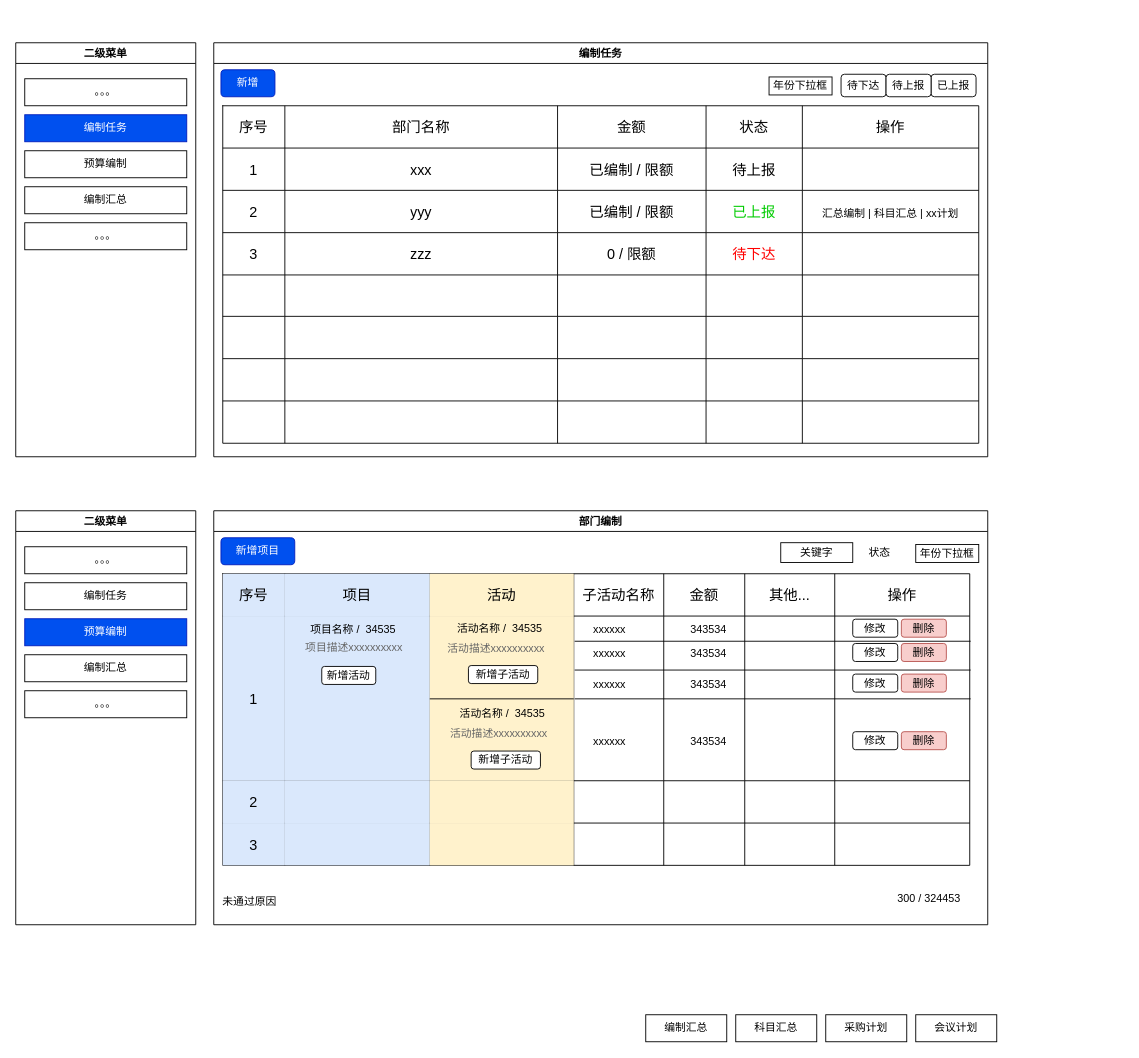
Earlier version of the draw.io diagram 编制财务.drawio (bxjg1987/abpGeneralModules). Source tidied: cells renumbered, new cells numbered last; positions are measured from the earlier drawing's top-left corner, leaving out a move shared by most shapes. Both pictures are drawn from the tidied source at 90%, with x=0, y=0 at pixel (15, 42).
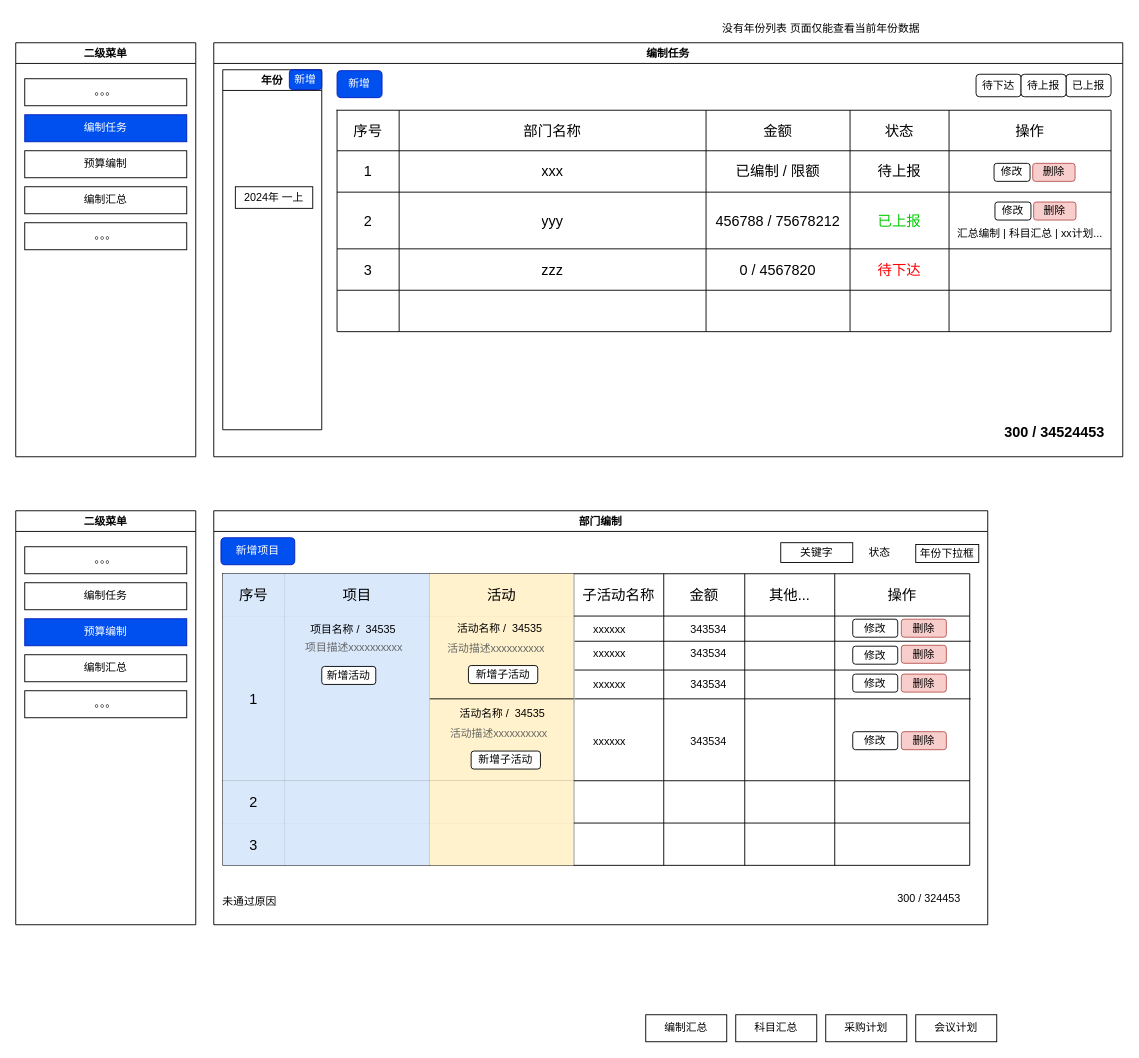
After the change.

Commit message (it also covers changes not shown here):
更新编制财务.drawio

The edit, as a diff of the source:
```diff
@@
     <mxCell id="2" value="编制任务" style="swimlane;whiteSpace=wrap;html=1;" parent="1" vertex="1">
-      <mxGeometry x="220" width="860" height="460" as="geometry" />
+      <mxGeometry x="220" width="1010" height="460" as="geometry" />
     </mxCell>
     <mxCell id="3" value="新增" style="rounded=1;whiteSpace=wrap;html=1;fillColor=#0050ef;fontColor=#ffffff;strokeColor=#001DBC;" parent="2" vertex="1">
-      <mxGeometry x="8" y="30" width="60" height="30" as="geometry" />
+      <mxGeometry x="137" y="31" width="50" height="30" as="geometry" />
     </mxCell>
     <mxCell id="4" value="待下达" style="rounded=1;whiteSpace=wrap;html=1;" parent="2" vertex="1">
-      <mxGeometry x="697" y="35" width="50" height="25" as="geometry" />
+      <mxGeometry x="847" y="35" width="50" height="25" as="geometry" />
     </mxCell>
     <mxCell id="5" value="已上报" style="rounded=1;whiteSpace=wrap;html=1;" parent="2" vertex="1">
-      <mxGeometry x="797" y="35" width="50" height="25" as="geometry" />
+      <mxGeometry x="947" y="35" width="50" height="25" as="geometry" />
     </mxCell>
     <mxCell id="6" style="shape=table;startSize=0;childLayout=tableLayout;fontSize=16;" parent="2" vertex="1">
-      <mxGeometry x="10" y="70" width="840" height="375" as="geometry" />
+      <mxGeometry x="137" y="75" width="860" height="246" as="geometry" />
     </mxCell>
     <mxCell id="7" style="shape=tableRow;horizontal=0;startSize=0;swimlaneHead=0;swimlaneBody=0;strokeColor=inherit;top=0;left=0;bottom=0;right=0;fillColor=none;fontSize=16;" parent="6" vertex="1">
-      <mxGeometry width="840" height="47" as="geometry" />
+      <mxGeometry width="860" height="45" as="geometry" />
     </mxCell>
     <mxCell id="8" value="序号" style="shape=partialRectangle;html=1;whiteSpace=wrap;strokeColor=inherit;overflow=hidden;fillColor=none;top=0;left=0;bottom=0;right=0;fontSize=16;" parent="7" vertex="1">
-      <mxGeometry width="69" height="47" as="geometry" />
+      <mxGeometry width="69" height="45" as="geometry" />
     </mxCell>
     <mxCell id="9" value="部门名称" style="shape=partialRectangle;html=1;whiteSpace=wrap;strokeColor=inherit;overflow=hidden;fillColor=none;top=0;left=0;bottom=0;right=0;fontSize=16;" parent="7" vertex="1">
-      <mxGeometry x="69" width="303" height="47" as="geometry" />
+      <mxGeometry x="69" width="341" height="45" as="geometry" />
     </mxCell>
     <mxCell id="10" value="金额" style="shape=partialRectangle;html=1;whiteSpace=wrap;strokeColor=inherit;overflow=hidden;fillColor=none;top=0;left=0;bottom=0;right=0;fontSize=16;" parent="7" vertex="1">
-      <mxGeometry x="372" width="165" height="47" as="geometry" />
+      <mxGeometry x="410" width="160" height="45" as="geometry" />
     </mxCell>
     <mxCell id="11" value="状态" style="shape=partialRectangle;html=1;whiteSpace=wrap;strokeColor=inherit;overflow=hidden;fillColor=none;top=0;left=0;bottom=0;right=0;fontSize=16;" parent="7" vertex="1">
-      <mxGeometry x="537" width="107" height="47" as="geometry" />
+      <mxGeometry x="570" width="110" height="45" as="geometry" />
     </mxCell>
     <mxCell id="12" value="操作" style="shape=partialRectangle;html=1;whiteSpace=wrap;strokeColor=inherit;overflow=hidden;fillColor=none;top=0;left=0;bottom=0;right=0;fontSize=16;" parent="7" vertex="1">
-      <mxGeometry x="644" width="196" height="47" as="geometry" />
+      <mxGeometry x="680" width="180" height="45" as="geometry" />
     </mxCell>
     <mxCell id="13" style="shape=tableRow;horizontal=0;startSize=0;swimlaneHead=0;swimlaneBody=0;strokeColor=inherit;top=0;left=0;bottom=0;right=0;fillColor=none;fontSize=16;" parent="6" vertex="1">
-      <mxGeometry y="47" width="840" height="47" as="geometry" />
+      <mxGeometry y="45" width="860" height="46" as="geometry" />
     </mxCell>
     <mxCell id="14" value="1" style="shape=partialRectangle;html=1;whiteSpace=wrap;strokeColor=inherit;overflow=hidden;fillColor=none;top=0;left=0;bottom=0;right=0;fontSize=16;" parent="13" vertex="1">
-      <mxGeometry width="69" height="47" as="geometry" />
+      <mxGeometry width="69" height="46" as="geometry" />
     </mxCell>
     <mxCell id="15" value="xxx" style="shape=partialRectangle;html=1;whiteSpace=wrap;strokeColor=inherit;overflow=hidden;fillColor=none;top=0;left=0;bottom=0;right=0;fontSize=16;" parent="13" vertex="1">
-      <mxGeometry x="69" width="303" height="47" as="geometry" />
+      <mxGeometry x="69" width="341" height="46" as="geometry" />
     </mxCell>
     <mxCell id="16" value="已编制 / 限额" style="shape=partialRectangle;html=1;whiteSpace=wrap;strokeColor=inherit;overflow=hidden;fillColor=none;top=0;left=0;bottom=0;right=0;fontSize=16;" parent="13" vertex="1">
-      <mxGeometry x="372" width="165" height="47" as="geometry" />
+      <mxGeometry x="410" width="160" height="46" as="geometry" />
     </mxCell>
     <mxCell id="17" value="待上报" style="shape=partialRectangle;html=1;whiteSpace=wrap;strokeColor=inherit;overflow=hidden;fillColor=none;top=0;left=0;bottom=0;right=0;fontSize=16;" parent="13" vertex="1">
-      <mxGeometry x="537" width="107" height="47" as="geometry" />
+      <mxGeometry x="570" width="110" height="46" as="geometry" />
     </mxCell>
     <mxCell id="18" style="shape=partialRectangle;html=1;whiteSpace=wrap;strokeColor=inherit;overflow=hidden;fillColor=none;top=0;left=0;bottom=0;right=0;fontSize=12;" parent="13" vertex="1">
-      <mxGeometry x="644" width="196" height="47" as="geometry" />
+      <mxGeometry x="680" width="180" height="46" as="geometry" />
     </mxCell>
     <mxCell id="19" style="shape=tableRow;horizontal=0;startSize=0;swimlaneHead=0;swimlaneBody=0;strokeColor=inherit;top=0;left=0;bottom=0;right=0;fillColor=none;fontSize=16;" parent="6" vertex="1">
-      <mxGeometry y="94" width="840" height="47" as="geometry" />
+      <mxGeometry y="91" width="860" height="63" as="geometry" />
     </mxCell>
     <mxCell id="20" value="2" style="shape=partialRectangle;html=1;whiteSpace=wrap;strokeColor=inherit;overflow=hidden;fillColor=none;top=0;left=0;bottom=0;right=0;fontSize=16;" parent="19" vertex="1">
-      <mxGeometry width="69" height="47" as="geometry" />
+      <mxGeometry width="69" height="63" as="geometry" />
     </mxCell>
     <mxCell id="21" value="yyy" style="shape=partialRectangle;html=1;whiteSpace=wrap;strokeColor=inherit;overflow=hidden;fillColor=none;top=0;left=0;bottom=0;right=0;fontSize=16;" parent="19" vertex="1">
-      <mxGeometry x="69" width="303" height="47" as="geometry" />
+      <mxGeometry x="69" width="341" height="63" as="geometry" />
     </mxCell>
-    <mxCell id="22" value="已编制 / 限额" style="shape=partialRectangle;html=1;whiteSpace=wrap;strokeColor=inherit;overflow=hidden;fillColor=none;top=0;left=0;bottom=0;right=0;fontSize=16;" parent="19" vertex="1">
-      <mxGeometry x="372" width="165" height="47" as="geometry" />
+    <mxCell id="22" value="456788 / 75678212" style="shape=partialRectangle;html=1;whiteSpace=wrap;strokeColor=inherit;overflow=hidden;fillColor=none;top=0;left=0;bottom=0;right=0;fontSize=16;" parent="19" vertex="1">
+      <mxGeometry x="410" width="160" height="63" as="geometry" />
     </mxCell>
     <mxCell id="23" value="&lt;font color=&quot;#00cc00&quot;&gt;已上报&lt;/font&gt;" style="shape=partialRectangle;html=1;whiteSpace=wrap;strokeColor=inherit;overflow=hidden;fillColor=none;top=0;left=0;bottom=0;right=0;fontSize=16;" parent="19" vertex="1">
-      <mxGeometry x="537" width="107" height="47" as="geometry" />
+      <mxGeometry x="570" width="110" height="63" as="geometry" />
     </mxCell>
-    <mxCell id="24" value="&lt;span style=&quot;font-size: 12px;&quot;&gt;汇总编制 | 科目汇总 | xx计划&lt;/span&gt;" style="shape=partialRectangle;html=1;whiteSpace=wrap;strokeColor=inherit;overflow=hidden;fillColor=none;top=0;left=0;bottom=0;right=0;fontSize=16;" parent="19" vertex="1">
-      <mxGeometry x="644" width="196" height="47" as="geometry" />
+    <mxCell id="24" style="shape=partialRectangle;html=1;whiteSpace=wrap;strokeColor=inherit;overflow=hidden;fillColor=none;top=0;left=0;bottom=0;right=0;fontSize=16;align=left;" parent="19" vertex="1">
+      <mxGeometry x="680" width="180" height="63" as="geometry" />
     </mxCell>
     <mxCell id="25" style="shape=tableRow;horizontal=0;startSize=0;swimlaneHead=0;swimlaneBody=0;strokeColor=inherit;top=0;left=0;bottom=0;right=0;fillColor=none;fontSize=16;" parent="6" vertex="1">
-      <mxGeometry y="141" width="840" height="47" as="geometry" />
+      <mxGeometry y="154" width="860" height="46" as="geometry" />
     </mxCell>
     <mxCell id="26" value="3" style="shape=partialRectangle;html=1;whiteSpace=wrap;strokeColor=inherit;overflow=hidden;fillColor=none;top=0;left=0;bottom=0;right=0;fontSize=16;" parent="25" vertex="1">
-      <mxGeometry width="69" height="47" as="geometry" />
+      <mxGeometry width="69" height="46" as="geometry" />
     </mxCell>
     <mxCell id="27" value="zzz" style="shape=partialRectangle;html=1;whiteSpace=wrap;strokeColor=inherit;overflow=hidden;fillColor=none;top=0;left=0;bottom=0;right=0;fontSize=16;" parent="25" vertex="1">
-      <mxGeometry x="69" width="303" height="47" as="geometry" />
+      <mxGeometry x="69" width="341" height="46" as="geometry" />
     </mxCell>
-    <mxCell id="28" value="0 / 限额" style="shape=partialRectangle;html=1;whiteSpace=wrap;strokeColor=inherit;overflow=hidden;fillColor=none;top=0;left=0;bottom=0;right=0;fontSize=16;" parent="25" vertex="1">
-      <mxGeometry x="372" width="165" height="47" as="geometry" />
+    <mxCell id="28" value="0 / 4567820" style="shape=partialRectangle;html=1;whiteSpace=wrap;strokeColor=inherit;overflow=hidden;fillColor=none;top=0;left=0;bottom=0;right=0;fontSize=16;" parent="25" vertex="1">
+      <mxGeometry x="410" width="160" height="46" as="geometry" />
     </mxCell>
     <mxCell id="29" value="&lt;font color=&quot;#ff0000&quot;&gt;待下达&lt;/font&gt;" style="shape=partialRectangle;html=1;whiteSpace=wrap;strokeColor=inherit;overflow=hidden;fillColor=none;top=0;left=0;bottom=0;right=0;fontSize=16;" parent="25" vertex="1">
-      <mxGeometry x="537" width="107" height="47" as="geometry" />
+      <mxGeometry x="570" width="110" height="46" as="geometry" />
     </mxCell>
     <mxCell id="30" style="shape=partialRectangle;html=1;whiteSpace=wrap;strokeColor=inherit;overflow=hidden;fillColor=none;top=0;left=0;bottom=0;right=0;fontSize=16;" parent="25" vertex="1">
-      <mxGeometry x="644" width="196" height="47" as="geometry" />
+      <mxGeometry x="680" width="180" height="46" as="geometry" />
     </mxCell>
-    <mxCell id="31" style="shape=tableRow;horizontal=0;startSize=0;swimlaneHead=0;swimlaneBody=0;strokeColor=inherit;top=0;left=0;bottom=0;right=0;fillColor=none;fontSize=16;" parent="6" vertex="1">
-      <mxGeometry y="188" width="840" height="46" as="geometry" />
-    </mxCell>
-    <mxCell id="32" style="shape=partialRectangle;html=1;whiteSpace=wrap;strokeColor=inherit;overflow=hidden;fillColor=none;top=0;left=0;bottom=0;right=0;fontSize=16;" parent="31" vertex="1">
-      <mxGeometry width="69" height="46" as="geometry" />
-    </mxCell>
-    <mxCell id="33" style="shape=partialRectangle;html=1;whiteSpace=wrap;strokeColor=inherit;overflow=hidden;fillColor=none;top=0;left=0;bottom=0;right=0;fontSize=16;" parent="31" vertex="1">
-      <mxGeometry x="69" width="303" height="46" as="geometry" />
-    </mxCell>
-    <mxCell id="34" style="shape=partialRectangle;html=1;whiteSpace=wrap;strokeColor=inherit;overflow=hidden;fillColor=none;top=0;left=0;bottom=0;right=0;fontSize=16;" parent="31" vertex="1">
-      <mxGeometry x="372" width="165" height="46" as="geometry" />
-    </mxCell>
-    <mxCell id="35" style="shape=partialRectangle;html=1;whiteSpace=wrap;strokeColor=inherit;overflow=hidden;fillColor=none;top=0;left=0;bottom=0;right=0;fontSize=16;" parent="31" vertex="1">
-      <mxGeometry x="537" width="107" height="46" as="geometry" />
-    </mxCell>
-    <mxCell id="36" style="shape=partialRectangle;html=1;whiteSpace=wrap;strokeColor=inherit;overflow=hidden;fillColor=none;top=0;left=0;bottom=0;right=0;fontSize=16;" parent="31" vertex="1">
-      <mxGeometry x="644" width="196" height="46" as="geometry" />
-    </mxCell>
-    <mxCell id="37" style="shape=tableRow;horizontal=0;startSize=0;swimlaneHead=0;swimlaneBody=0;strokeColor=inherit;top=0;left=0;bottom=0;right=0;fillColor=none;fontSize=16;" parent="6" vertex="1">
-      <mxGeometry y="234" width="840" height="47" as="geometry" />
-    </mxCell>
-    <mxCell id="38" style="shape=partialRectangle;html=1;whiteSpace=wrap;strokeColor=inherit;overflow=hidden;fillColor=none;top=0;left=0;bottom=0;right=0;fontSize=16;" parent="37" vertex="1">
-      <mxGeometry width="69" height="47" as="geometry" />
-    </mxCell>
-    <mxCell id="39" style="shape=partialRectangle;html=1;whiteSpace=wrap;strokeColor=inherit;overflow=hidden;fillColor=none;top=0;left=0;bottom=0;right=0;fontSize=16;" parent="37" vertex="1">
-      <mxGeometry x="69" width="303" height="47" as="geometry" />
-    </mxCell>
-    <mxCell id="40" style="shape=partialRectangle;html=1;whiteSpace=wrap;strokeColor=inherit;overflow=hidden;fillColor=none;top=0;left=0;bottom=0;right=0;fontSize=16;" parent="37" vertex="1">
-      <mxGeometry x="372" width="165" height="47" as="geometry" />
-    </mxCell>
-    <mxCell id="41" style="shape=partialRectangle;html=1;whiteSpace=wrap;strokeColor=inherit;overflow=hidden;fillColor=none;top=0;left=0;bottom=0;right=0;fontSize=16;" parent="37" vertex="1">
-      <mxGeometry x="537" width="107" height="47" as="geometry" />
-    </mxCell>
-    <mxCell id="42" style="shape=partialRectangle;html=1;whiteSpace=wrap;strokeColor=inherit;overflow=hidden;fillColor=none;top=0;left=0;bottom=0;right=0;fontSize=16;" parent="37" vertex="1">
-      <mxGeometry x="644" width="196" height="47" as="geometry" />
-    </mxCell>
     <mxCell id="43" style="shape=tableRow;horizontal=0;startSize=0;swimlaneHead=0;swimlaneBody=0;strokeColor=inherit;top=0;left=0;bottom=0;right=0;fillColor=none;fontSize=16;" parent="6" vertex="1">
-      <mxGeometry y="281" width="840" height="47" as="geometry" />
+      <mxGeometry y="200" width="860" height="46" as="geometry" />
     </mxCell>
     <mxCell id="44" style="shape=partialRectangle;html=1;whiteSpace=wrap;strokeColor=inherit;overflow=hidden;fillColor=none;top=0;left=0;bottom=0;right=0;fontSize=16;" parent="43" vertex="1">
-      <mxGeometry width="69" height="47" as="geometry" />
+      <mxGeometry width="69" height="46" as="geometry" />
     </mxCell>
     <mxCell id="45" style="shape=partialRectangle;html=1;whiteSpace=wrap;strokeColor=inherit;overflow=hidden;fillColor=none;top=0;left=0;bottom=0;right=0;fontSize=16;" parent="43" vertex="1">
-      <mxGeometry x="69" width="303" height="47" as="geometry" />
+      <mxGeometry x="69" width="341" height="46" as="geometry" />
     </mxCell>
     <mxCell id="46" style="shape=partialRectangle;html=1;whiteSpace=wrap;strokeColor=inherit;overflow=hidden;fillColor=none;top=0;left=0;bottom=0;right=0;fontSize=16;" parent="43" vertex="1">
-      <mxGeometry x="372" width="165" height="47" as="geometry" />
+      <mxGeometry x="410" width="160" height="46" as="geometry" />
     </mxCell>
     <mxCell id="47" style="shape=partialRectangle;html=1;whiteSpace=wrap;strokeColor=inherit;overflow=hidden;fillColor=none;top=0;left=0;bottom=0;right=0;fontSize=16;" parent="43" vertex="1">
-      <mxGeometry x="537" width="107" height="47" as="geometry" />
+      <mxGeometry x="570" width="110" height="46" as="geometry" />
     </mxCell>
     <mxCell id="48" style="shape=partialRectangle;html=1;whiteSpace=wrap;strokeColor=inherit;overflow=hidden;fillColor=none;top=0;left=0;bottom=0;right=0;fontSize=16;" parent="43" vertex="1">
-      <mxGeometry x="644" width="196" height="47" as="geometry" />
+      <mxGeometry x="680" width="180" height="46" as="geometry" />
     </mxCell>
-    <mxCell id="49" style="shape=tableRow;horizontal=0;startSize=0;swimlaneHead=0;swimlaneBody=0;strokeColor=inherit;top=0;left=0;bottom=0;right=0;fillColor=none;fontSize=16;" parent="6" vertex="1">
-      <mxGeometry y="328" width="840" height="47" as="geometry" />
-    </mxCell>
-    <mxCell id="50" style="shape=partialRectangle;html=1;whiteSpace=wrap;strokeColor=inherit;overflow=hidden;fillColor=none;top=0;left=0;bottom=0;right=0;fontSize=16;" parent="49" vertex="1">
-      <mxGeometry width="69" height="47" as="geometry" />
-    </mxCell>
-    <mxCell id="51" style="shape=partialRectangle;html=1;whiteSpace=wrap;strokeColor=inherit;overflow=hidden;fillColor=none;top=0;left=0;bottom=0;right=0;fontSize=16;" parent="49" vertex="1">
-      <mxGeometry x="69" width="303" height="47" as="geometry" />
-    </mxCell>
-    <mxCell id="52" style="shape=partialRectangle;html=1;whiteSpace=wrap;strokeColor=inherit;overflow=hidden;fillColor=none;top=0;left=0;bottom=0;right=0;fontSize=16;" parent="49" vertex="1">
-      <mxGeometry x="372" width="165" height="47" as="geometry" />
-    </mxCell>
-    <mxCell id="53" style="shape=partialRectangle;html=1;whiteSpace=wrap;strokeColor=inherit;overflow=hidden;fillColor=none;top=0;left=0;bottom=0;right=0;fontSize=16;" parent="49" vertex="1">
-      <mxGeometry x="537" width="107" height="47" as="geometry" />
-    </mxCell>
-    <mxCell id="54" style="shape=partialRectangle;html=1;whiteSpace=wrap;strokeColor=inherit;overflow=hidden;fillColor=none;top=0;left=0;bottom=0;right=0;fontSize=16;" parent="49" vertex="1">
-      <mxGeometry x="644" width="196" height="47" as="geometry" />
-    </mxCell>
-    <mxCell id="55" value="年份下拉框" style="rounded=0;whiteSpace=wrap;html=1;" parent="2" vertex="1">
-      <mxGeometry x="617" y="38" width="70" height="20" as="geometry" />
-    </mxCell>
+    <mxCell id="142" value="修改" style="rounded=1;whiteSpace=wrap;html=1;" parent="2" vertex="1">
+      <mxGeometry x="868" y="177" width="40" height="20" as="geometry" />
+    </mxCell>
+    <mxCell id="143" value="删除" style="rounded=1;whiteSpace=wrap;html=1;fillColor=#f8cecc;strokeColor=#b85450;" parent="2" vertex="1">
+      <mxGeometry x="911" y="177" width="47" height="20" as="geometry" />
+    </mxCell>
+    <mxCell id="144" value="修改" style="rounded=1;whiteSpace=wrap;html=1;" parent="2" vertex="1">
+      <mxGeometry x="867" y="134" width="40" height="20" as="geometry" />
+    </mxCell>
+    <mxCell id="145" value="删除" style="rounded=1;whiteSpace=wrap;html=1;fillColor=#f8cecc;strokeColor=#b85450;" parent="2" vertex="1">
+      <mxGeometry x="910" y="134" width="47" height="20" as="geometry" />
+    </mxCell>
+    <mxCell id="146" value="&lt;span style=&quot;text-align: left;&quot;&gt;汇总编制 | 科目汇总 | xx计划...&lt;/span&gt;" style="text;html=1;align=center;verticalAlign=middle;whiteSpace=wrap;rounded=0;" parent="2" vertex="1">
+      <mxGeometry x="818" y="197" width="178" height="30" as="geometry" />
+    </mxCell>
+    <mxCell id="147" value="300 / 34524453" style="text;html=1;align=right;verticalAlign=middle;whiteSpace=wrap;rounded=0;fontSize=16;fontStyle=1;" parent="2" vertex="1">
+      <mxGeometry x="833" y="418" width="159" height="30" as="geometry" />
+    </mxCell>
+    <mxCell id="148" value="年份" style="swimlane;whiteSpace=wrap;html=1;" parent="2" vertex="1">
+      <mxGeometry x="10" y="30" width="110" height="400" as="geometry" />
+    </mxCell>
+    <mxCell id="149" value="2024年 一上" style="rounded=0;whiteSpace=wrap;html=1;" parent="148" vertex="1">
+      <mxGeometry x="14" y="130" width="86" height="24" as="geometry" />
+    </mxCell>
+    <mxCell id="150" value="新增" style="rounded=1;whiteSpace=wrap;html=1;fillColor=#0050ef;fontColor=#ffffff;strokeColor=#001DBC;" parent="148" vertex="1">
+      <mxGeometry x="74" width="36" height="22" as="geometry" />
+    </mxCell>
@@
     <mxCell id="59" value="待上报" style="rounded=1;whiteSpace=wrap;html=1;" parent="1" vertex="1">
-      <mxGeometry x="967" y="35" width="50" height="25" as="geometry" />
+      <mxGeometry x="1117" y="35" width="50" height="25" as="geometry" />
     </mxCell>
@@
     <mxCell id="132" value="修改" style="rounded=1;whiteSpace=wrap;html=1;" parent="1" vertex="1">
-      <mxGeometry x="930" y="667.5" width="50" height="20" as="geometry" />
+      <mxGeometry x="930" y="670.5" width="50" height="20" as="geometry" />
     </mxCell>
     <mxCell id="133" value="删除" style="rounded=1;whiteSpace=wrap;html=1;fillColor=#f8cecc;strokeColor=#b85450;" parent="1" vertex="1">
-      <mxGeometry x="984" y="667.5" width="50" height="20" as="geometry" />
+      <mxGeometry x="984" y="669.5" width="50" height="20" as="geometry" />
     </mxCell>
@@
+    <mxCell id="151" value="没有年份列表 页面仅能查看当前年份数据" style="text;html=1;align=center;verticalAlign=middle;whiteSpace=wrap;rounded=0;" parent="1" vertex="1">
+      <mxGeometry x="770" y="-30" width="250" height="30" as="geometry" />
+    </mxCell>
```
